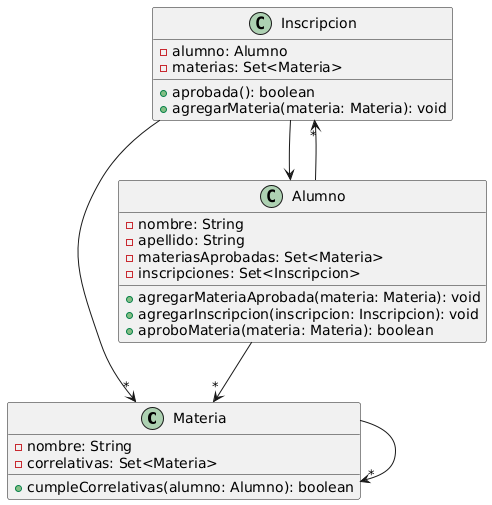
This is src/main/resources/diagrama.png from jbecerra0/validador-de-correlativas-ddsi-utn, a PlantUML export, as it was before one commit. Source of this version:
```plantuml
@startuml
class Materia
class Inscripcion
class Alumno

Materia --> "*" Materia

Inscripcion --> Alumno
Inscripcion --> "*" Materia

Alumno --> "*" Materia
Alumno --> "*" Inscripcion


class Alumno {
- nombre: String
- apellido: String
- materiasAprobadas: Set<Materia>
- inscripciones: Set<Inscripcion>
+ agregarMateriaAprobada(materia: Materia): void
+ agregarInscripcion(inscripcion: Inscripcion): void
+ aproboMateria(materia: Materia): boolean
}

class Inscripcion {
- alumno: Alumno
- materias: Set<Materia>
+ aprobada(): boolean
+ agregarMateria(materia: Materia): void
}

class Materia {
- nombre: String
- correlativas: Set<Materia>
+ cumpleCorrelativas(alumno: Alumno): boolean
}
@enduml
```
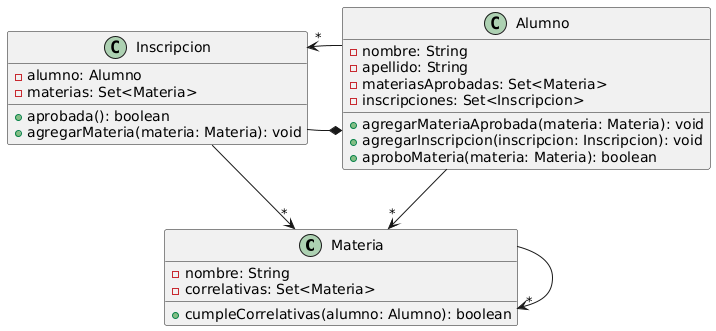
After the commit.

Commit message:
Agrego relación de composición entre Inscripción y Alumno

Diff of the diagram source:
```diff
@@ -5,7 +5,7 @@
 
 Materia --> "*" Materia
 
-Inscripcion --> Alumno
+Inscripcion -* Alumno
 Inscripcion --> "*" Materia
 
 Alumno --> "*" Materia
```
